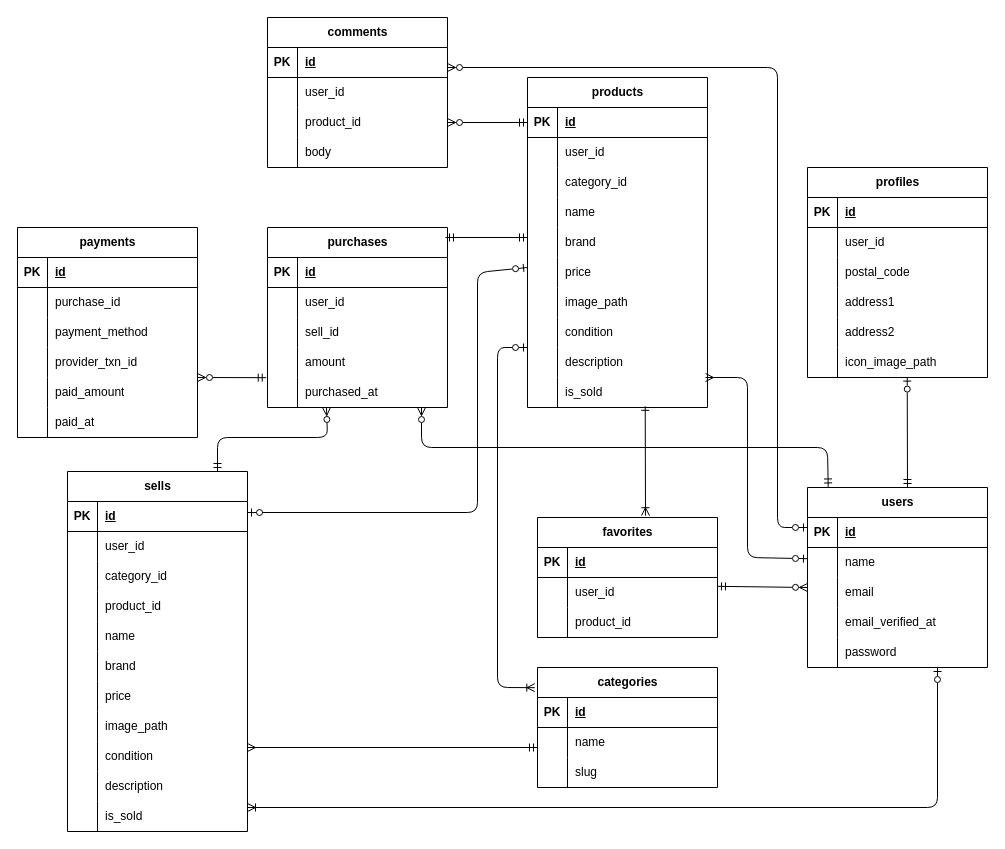
simanuki0923/Free-market keeps this draw.io diagram as src/index.drawio. Above is the earlier version. Source tidied: cells renumbered, new cells numbered last; positions are measured from the earlier drawing's top-left corner, leaving out a move shared by most shapes. Both pictures are drawn from the tidied source at 100%, with x=0, y=0 at pixel (17, 17).
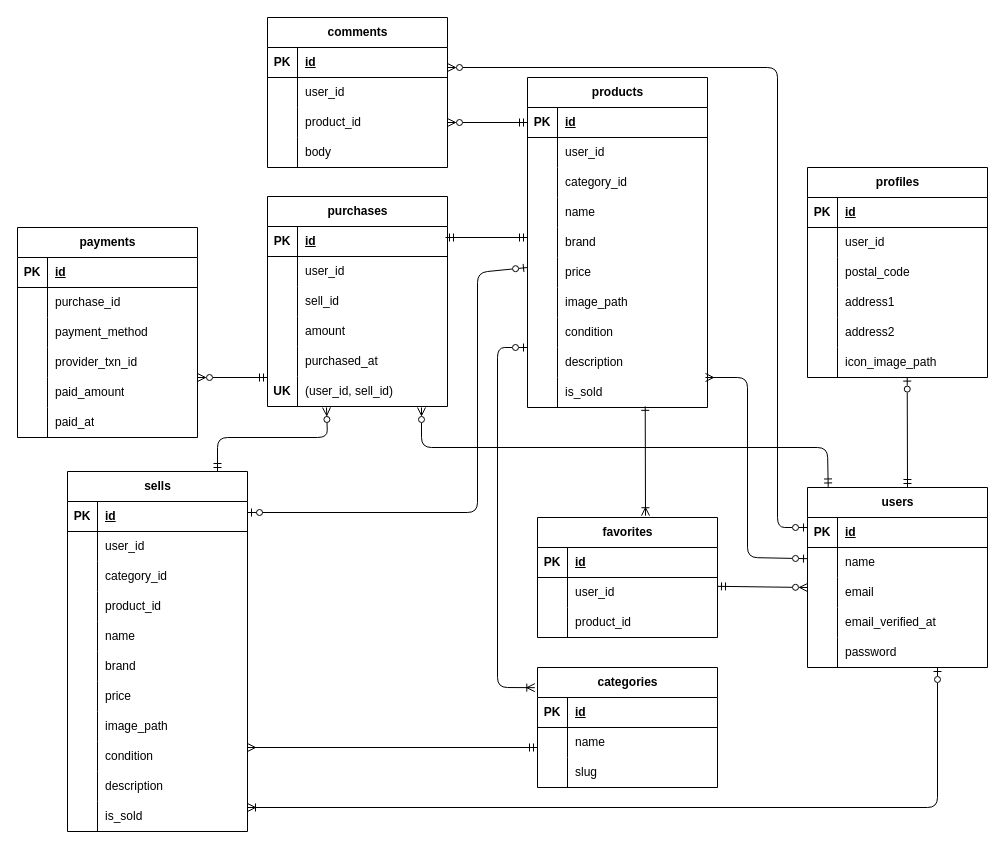
The same diagram, later.

Commit message:
2025/10/19 ER図内容修正

The change refers to these unchanged cells:
```xml
<mxCell id="148" style="shape=tableRow;horizontal=0;startSize=0;swimlaneHead=0;swimlaneBody=0;fillColor=none;points=[[0,0.5],[1,0.5]];portConstraint=eastwest;top=0;left=0;right=0;bottom=0;" parent="135" vertex="1">
  <mxGeometry y="150" width="180" height="30" as="geometry" />
</mxCell>
```

The edit, as a diff of the source:
```diff
@@
     <mxCell id="135" value="purchases" style="shape=table;startSize=30;childLayout=tableLayout;rowLines=0;fontStyle=1;align=center;html=1;" parent="1" vertex="1">
-      <mxGeometry x="250" y="210" width="180" height="180" as="geometry" />
+      <mxGeometry x="250" y="179" width="180" height="210" as="geometry" />
     </mxCell>
@@
+    <mxCell id="184" style="shape=tableRow;horizontal=0;startSize=0;swimlaneHead=0;swimlaneBody=0;fillColor=none;top=0;left=0;right=0;bottom=0;" parent="135" vertex="1">
+      <mxGeometry y="180" width="180" height="30" as="geometry" />
+    </mxCell>
+    <mxCell id="185" value="&lt;b&gt;UK&lt;/b&gt;" style="shape=partialRectangle;fillColor=none;top=0;left=0;bottom=0;right=0;overflow=hidden;whiteSpace=wrap;html=1;" parent="184" vertex="1">
+      <mxGeometry width="30" height="30" as="geometry" />
+    </mxCell>
+    <mxCell id="186" value="(user_id, sell_id)" style="shape=partialRectangle;fillColor=none;top=0;left=0;bottom=0;right=0;align=left;spacingLeft=6;overflow=hidden;whiteSpace=wrap;html=1;" parent="184" vertex="1">
+      <mxGeometry x="30" width="150" height="30" as="geometry" />
+    </mxCell>
@@
-    <mxCell id="175" style="fontSize=12;html=1;endArrow=ERzeroToMany;exitX=-0.007;exitY=0.006;exitDx=0;exitDy=0;exitPerimeter=0;startArrow=ERmandOne;startFill=0;endFill=0;" parent="1" edge="1" source="148">
+    <mxCell id="175" style="fontSize=12;html=1;endArrow=ERzeroToMany;startArrow=ERmandOne;startFill=0;endFill=0;" parent="1" edge="1">
       <mxGeometry relative="1" as="geometry">
+        <mxPoint x="250" y="360" as="sourcePoint" />
         <mxPoint x="180" y="360" as="targetPoint" />
       </mxGeometry>
     </mxCell>
```
